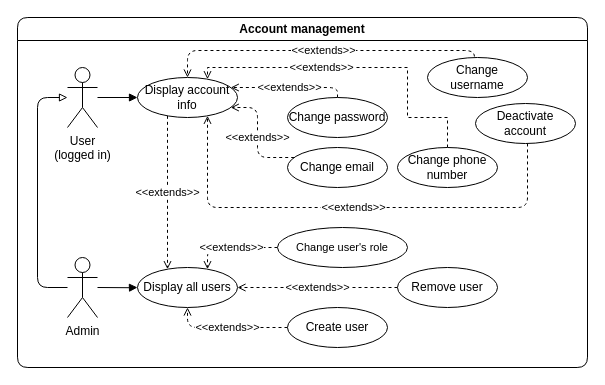
Before: page "UC - Account management" (3 of 6) of diagrams.drawio in KrazyManJ/jolt, a draw.io diagram. Source tidied: cells renumbered, new cells numbered last; positions are measured from the earlier drawing's top-left corner, leaving out a move shared by most shapes. Both pictures are drawn from the tidied source at 100%, with x=0, y=0 at pixel (17, 17).
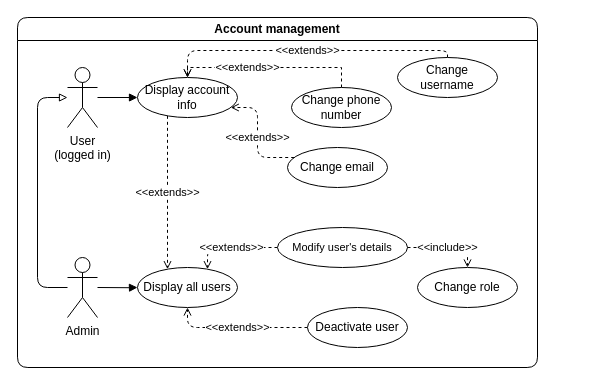
Above is the later version.

The change refers to these unchanged cells:
```xml
<mxCell id="7" value="Display all users" style="ellipse;whiteSpace=wrap;html=1;" parent="2" vertex="1">
  <mxGeometry x="120" y="250" width="100" height="40" as="geometry" />
</mxCell>
<mxCell id="24" value="Display account info" style="ellipse;whiteSpace=wrap;html=1;" parent="2" vertex="1">
  <mxGeometry x="120" y="60" width="100" height="40" as="geometry" />
</mxCell>
```

What changed in the source:
```diff
@@
     <mxCell id="2" value="Account management" style="swimlane;whiteSpace=wrap;html=1;strokeWidth=1;rounded=1;" parent="1" vertex="1">
-      <mxGeometry width="570" height="350" as="geometry" />
+      <mxGeometry width="520" height="350" as="geometry" />
     </mxCell>
@@
-    <mxCell id="6" value="Change user's role" style="ellipse;whiteSpace=wrap;html=1;fontSize=11;" parent="2" vertex="1">
+    <mxCell id="6" value="Modify user's details" style="ellipse;whiteSpace=wrap;html=1;fontSize=11;" parent="2" vertex="1">
       <mxGeometry x="260" y="210" width="130" height="40" as="geometry" />
     </mxCell>
@@
-    <mxCell id="11" value="&amp;lt;&amp;lt;extends&amp;gt;&amp;gt;" style="edgeStyle=orthogonalEdgeStyle;rounded=1;jumpStyle=gap;jumpSize=10;jettySize=auto;html=1;dashed=1;fontSize=11;endArrow=open;endFill=0;" parent="2" edge="1" source="12" target="24">
-      <mxGeometry relative="1" as="geometry">
-        <Array as="points">
-          <mxPoint x="320" y="70" />
-        </Array>
-      </mxGeometry>
-    </mxCell>
-    <mxCell id="12" value="Change password" style="ellipse;whiteSpace=wrap;html=1;" parent="2" vertex="1">
-      <mxGeometry x="270" y="80" width="100" height="40" as="geometry" />
-    </mxCell>
-    <mxCell id="13" value="&amp;lt;&amp;lt;extends&amp;gt;&amp;gt;" style="edgeStyle=orthogonalEdgeStyle;rounded=1;jumpStyle=gap;jumpSize=10;jettySize=auto;html=1;fontSize=11;endArrow=open;endFill=0;dashed=1;entryX=0.5;entryY=0;entryDx=0;entryDy=0;" parent="2" edge="1" target="24">
+    <mxCell id="13" value="&amp;lt;&amp;lt;extends&amp;gt;&amp;gt;" style="edgeStyle=orthogonalEdgeStyle;rounded=1;jumpStyle=gap;jumpSize=10;jettySize=auto;html=1;fontSize=11;endArrow=open;endFill=0;dashed=1;entryX=0.5;entryY=0;entryDx=0;entryDy=0;exitX=0.5;exitY=0;exitDx=0;exitDy=0;" parent="2" edge="1" source="14" target="24">
       <mxGeometry relative="1" as="geometry">
-        <mxPoint x="456.9" y="45" as="sourcePoint" />
         <Array as="points">
-          <mxPoint x="457" y="33" />
+          <mxPoint x="430" y="33" />
           <mxPoint x="170" y="33" />
         </Array>
       </mxGeometry>
     </mxCell>
     <mxCell id="14" value="Change username" style="ellipse;whiteSpace=wrap;html=1;" parent="2" vertex="1">
-      <mxGeometry x="410" y="40" width="100" height="40" as="geometry" />
+      <mxGeometry x="380" y="40" width="100" height="40" as="geometry" />
     </mxCell>
@@
-    <mxCell id="17" value="&amp;lt;&amp;lt;extends&amp;gt;&amp;gt;" style="edgeStyle=orthogonalEdgeStyle;rounded=1;jumpStyle=gap;jumpSize=10;jettySize=auto;html=1;fontSize=11;endArrow=open;endFill=0;dashed=1;" parent="2" edge="1" source="18" target="24">
-      <mxGeometry relative="1" as="geometry">
-        <Array as="points">
-          <mxPoint x="510" y="190" />
-          <mxPoint x="190" y="190" />
-        </Array>
-      </mxGeometry>
-    </mxCell>
-    <mxCell id="18" value="Deactivate account" style="ellipse;whiteSpace=wrap;html=1;" parent="2" vertex="1">
-      <mxGeometry x="458" y="86" width="100" height="40" as="geometry" />
-    </mxCell>
-    <mxCell id="19" value="&amp;lt;&amp;lt;extends&amp;gt;&amp;gt;" style="edgeStyle=orthogonalEdgeStyle;rounded=1;jumpStyle=gap;jumpSize=10;jettySize=auto;html=1;dashed=1;fontSize=11;endArrow=open;endFill=0;" parent="2" edge="1" source="20" target="7">
-      <mxGeometry relative="1" as="geometry">
-        <Array as="points">
-          <mxPoint x="170" y="310" />
-        </Array>
-      </mxGeometry>
-    </mxCell>
-    <mxCell id="20" value="Create user" style="ellipse;whiteSpace=wrap;html=1;" parent="2" vertex="1">
-      <mxGeometry x="270" y="290" width="100" height="40" as="geometry" />
-    </mxCell>
     <mxCell id="21" value="&amp;lt;&amp;lt;extends&amp;gt;&amp;gt;" style="edgeStyle=orthogonalEdgeStyle;rounded=1;jumpStyle=gap;jumpSize=10;jettySize=auto;html=1;dashed=1;fontSize=11;endArrow=open;endFill=0;" parent="2" edge="1" source="22" target="7">
-      <mxGeometry relative="1" as="geometry" />
+      <mxGeometry relative="1" as="geometry">
+        <Array as="points">
+          <mxPoint x="170" y="310" />
+        </Array>
+      </mxGeometry>
     </mxCell>
-    <mxCell id="22" value="Remove user" style="ellipse;whiteSpace=wrap;html=1;" parent="2" vertex="1">
-      <mxGeometry x="380" y="250" width="100" height="40" as="geometry" />
+    <mxCell id="22" value="Deactivate user" style="ellipse;whiteSpace=wrap;html=1;" parent="2" vertex="1">
+      <mxGeometry x="290" y="290" width="100" height="40" as="geometry" />
     </mxCell>
@@
     <mxCell id="25" style="edgeStyle=orthogonalEdgeStyle;rounded=0;jettySize=auto;html=1;endArrow=open;endFill=0;dashed=1;" parent="2" edge="1" source="27" target="24">
       <mxGeometry relative="1" as="geometry">
         <Array as="points">
-          <mxPoint x="430" y="100" />
-          <mxPoint x="390" y="100" />
-          <mxPoint x="390" y="50" />
-          <mxPoint x="190" y="50" />
+          <mxPoint x="324" y="50" />
+          <mxPoint x="170" y="50" />
         </Array>
       </mxGeometry>
     </mxCell>
@@
     <mxCell id="27" value="Change phone number" style="ellipse;whiteSpace=wrap;html=1;" parent="2" vertex="1">
-      <mxGeometry x="380" y="130" width="100" height="40" as="geometry" />
+      <mxGeometry x="274" y="70" width="100" height="40" as="geometry" />
     </mxCell>
+    <mxCell id="28" value="&amp;lt;&amp;lt;include&amp;gt;&amp;gt;" style="edgeStyle=orthogonalEdgeStyle;rounded=1;jumpStyle=gap;jumpSize=10;jettySize=auto;html=1;dashed=1;fontSize=11;endArrow=open;endFill=0;" parent="2" edge="1" target="29">
+      <mxGeometry relative="1" as="geometry">
+        <mxPoint x="390" y="230" as="sourcePoint" />
+        <Array as="points">
+          <mxPoint x="450" y="230" />
+        </Array>
+      </mxGeometry>
+    </mxCell>
+    <mxCell id="29" value="Change role" style="ellipse;whiteSpace=wrap;html=1;" parent="2" vertex="1">
+      <mxGeometry x="400" y="250" width="100" height="40" as="geometry" />
+    </mxCell>
```
